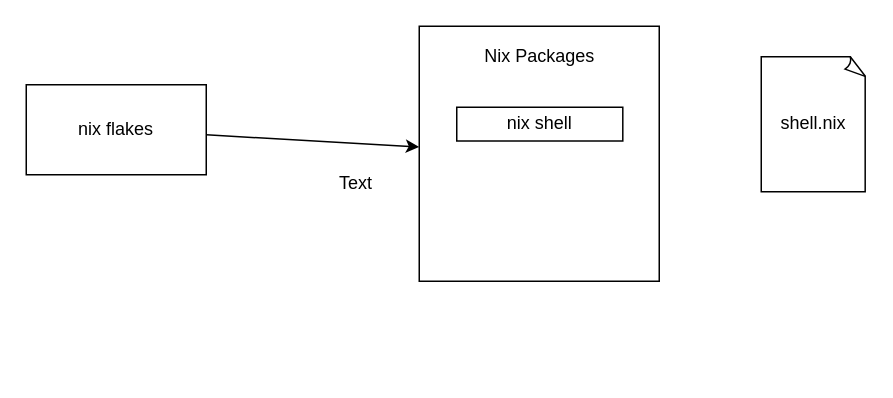
coder/blogs keeps this draw.io diagram as posts/coder-and-nix/static/nix_tooling.drawio. Above is the earlier version. Source tidied: cells renumbered, new cells numbered last; positions are measured from the earlier drawing's top-left corner, leaving out a move shared by most shapes. Both pictures are drawn from the tidied source at 150%, with x=0, y=0 at pixel (26, 26).
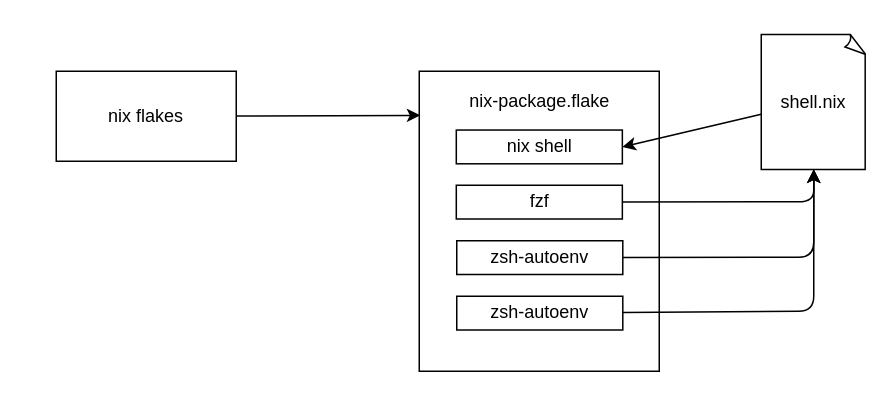
The same diagram, later.

What changed in the source:
```diff
@@
 <mxGraphModel>
   <root>
     <mxCell id="0" />
     <mxCell id="1" parent="0" />
+    <mxCell id="6" style="rounded=0;whiteSpace=wrap;html=1;" parent="1" vertex="1">
+      <mxGeometry x="262" y="30" width="160" height="200" as="geometry" />
+    </mxCell>
-    <mxCell id="2" style="edgeStyle=none;html=1;" parent="1" edge="1" source="3" target="6">
+    <mxCell id="2" style="edgeStyle=none;html=1;entryX=0;entryY=0.75;entryDx=0;entryDy=0;" parent="1" edge="1" source="3" target="8">
       <mxGeometry relative="1" as="geometry" />
     </mxCell>
     <mxCell id="3" value="nix flakes" style="rounded=0;whiteSpace=wrap;html=1;" parent="1" vertex="1">
-      <mxGeometry y="39" width="120" height="60" as="geometry" />
+      <mxGeometry x="20" y="30" width="120" height="60" as="geometry" />
     </mxCell>
+    <mxCell id="9" style="edgeStyle=none;html=1;entryX=1;entryY=0.5;entryDx=0;entryDy=0;" parent="1" edge="1" source="4" target="7">
+      <mxGeometry relative="1" as="geometry" />
+    </mxCell>
     <mxCell id="4" value="shell.nix" style="whiteSpace=wrap;html=1;shape=mxgraph.basic.document;" parent="1" vertex="1">
-      <mxGeometry x="490" y="20.3" width="70" height="90" as="geometry" />
+      <mxGeometry x="490" y="5.5" width="70" height="90" as="geometry" />
     </mxCell>
-    <mxCell id="5" value="Text" style="text;html=1;strokeColor=none;fillColor=none;align=center;verticalAlign=middle;whiteSpace=wrap;rounded=0;" parent="1" vertex="1">
-      <mxGeometry x="190" y="90" width="60" height="30" as="geometry" />
-    </mxCell>
-    <mxCell id="6" style="rounded=0;whiteSpace=wrap;html=1;" parent="1" vertex="1">
-      <mxGeometry x="262" width="160" height="170" as="geometry" />
-    </mxCell>
     <mxCell id="7" value="nix shell" style="rounded=0;whiteSpace=wrap;html=1;" parent="1" vertex="1">
-      <mxGeometry x="287" y="54" width="110.7" height="22.5" as="geometry" />
+      <mxGeometry x="286.7" y="69.2" width="110.7" height="22.5" as="geometry" />
     </mxCell>
-    <mxCell id="8" value="Nix Packages" style="text;html=1;strokeColor=none;fillColor=none;align=center;verticalAlign=middle;whiteSpace=wrap;rounded=0;" parent="1" vertex="1">
-      <mxGeometry x="262.7" width="159.3" height="39.2" as="geometry" />
+    <mxCell id="8" value="nix-package.flake" style="text;html=1;strokeColor=none;fillColor=none;align=center;verticalAlign=middle;whiteSpace=wrap;rounded=0;" parent="1" vertex="1">
+      <mxGeometry x="262.7" y="30" width="159.3" height="39.2" as="geometry" />
     </mxCell>
+    <mxCell id="10" style="edgeStyle=none;html=1;entryX=0.5;entryY=1;entryDx=0;entryDy=0;entryPerimeter=0;" parent="1" edge="1" source="11" target="4">
+      <mxGeometry relative="1" as="geometry">
+        <Array as="points">
+          <mxPoint x="525" y="117" />
+        </Array>
+      </mxGeometry>
+    </mxCell>
+    <mxCell id="11" value="fzf" style="rounded=0;whiteSpace=wrap;html=1;" parent="1" vertex="1">
+      <mxGeometry x="286.7" y="106" width="110.7" height="22.5" as="geometry" />
+    </mxCell>
+    <mxCell id="12" style="edgeStyle=none;html=1;entryX=0.5;entryY=1;entryDx=0;entryDy=0;entryPerimeter=0;" parent="1" edge="1" source="13" target="4">
+      <mxGeometry relative="1" as="geometry">
+        <Array as="points">
+          <mxPoint x="525" y="154" />
+        </Array>
+      </mxGeometry>
+    </mxCell>
+    <mxCell id="13" value="zsh-autoenv" style="rounded=0;whiteSpace=wrap;html=1;" parent="1" vertex="1">
+      <mxGeometry x="287" y="143" width="110.7" height="22.5" as="geometry" />
+    </mxCell>
+    <mxCell id="14" style="edgeStyle=none;html=1;entryX=0.5;entryY=1;entryDx=0;entryDy=0;entryPerimeter=0;" parent="1" edge="1" source="15" target="4">
+      <mxGeometry relative="1" as="geometry">
+        <Array as="points">
+          <mxPoint x="525" y="190" />
+        </Array>
+      </mxGeometry>
+    </mxCell>
+    <mxCell id="15" value="zsh-autoenv" style="rounded=0;whiteSpace=wrap;html=1;" parent="1" vertex="1">
+      <mxGeometry x="287" y="180" width="110.7" height="22.5" as="geometry" />
+    </mxCell>
   </root>
 </mxGraphModel>
```
